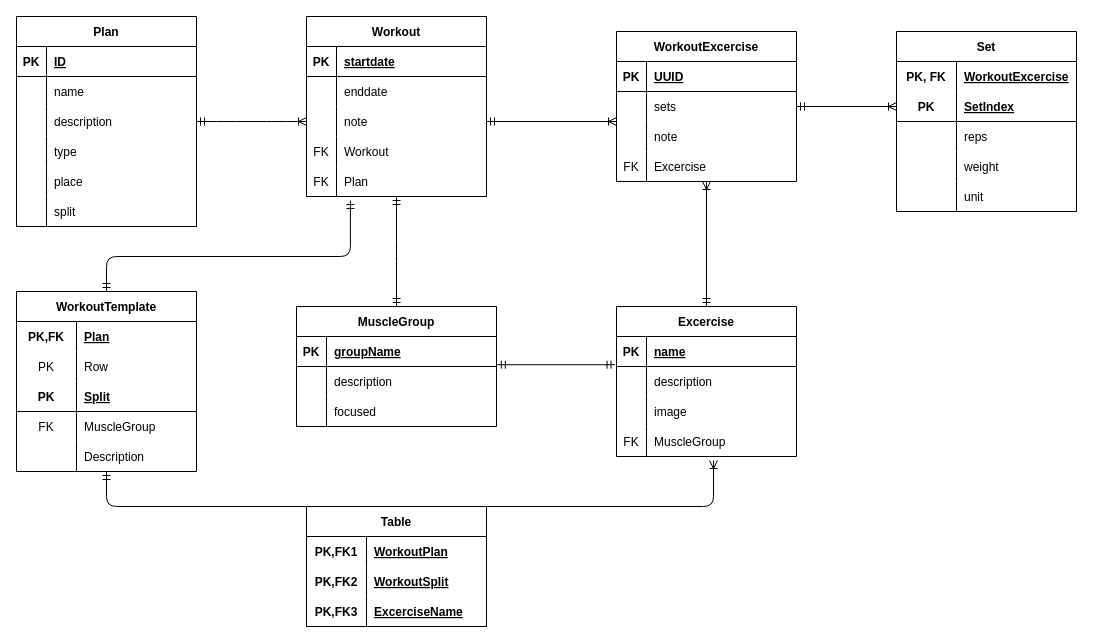
Above: documentation/erm.drawio in Patsch36/SweatFlix (draw.io), before the change. Source tidied: cells renumbered, new cells numbered last; positions are measured from the earlier drawing's top-left corner, leaving out a move shared by most shapes. Both pictures are drawn from the tidied source at 100%, with x=0, y=0 at pixel (16, 16).
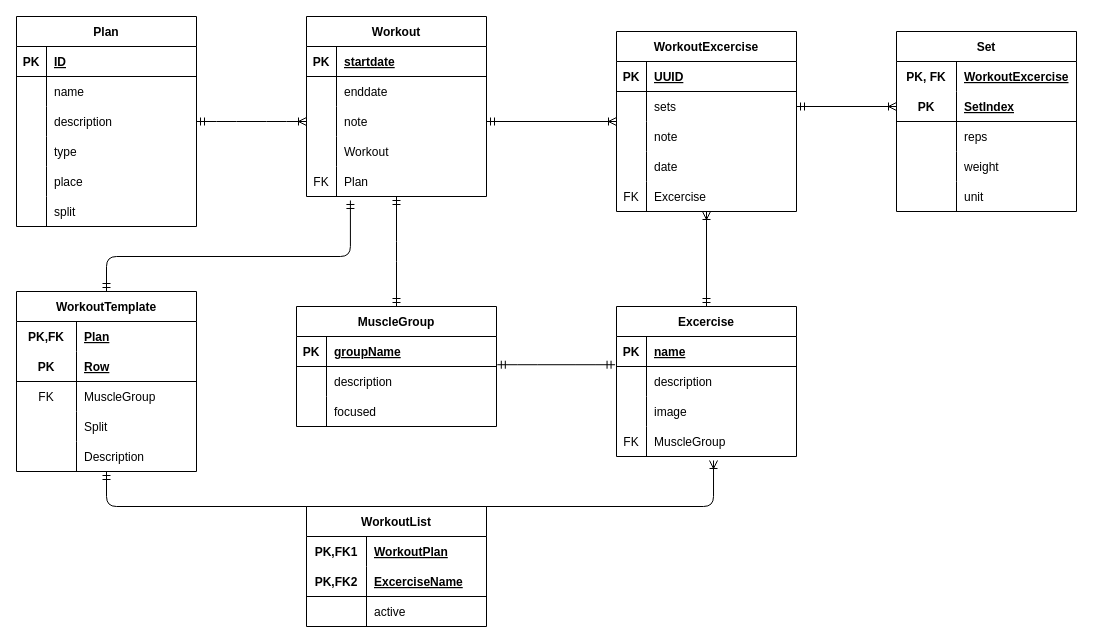
Above is the later version.

Commit message:
fix: workout-wrokoutExcercise relation

The change refers to these unchanged cells:
```xml
<mxCell id="33" style="shape=tableRow;horizontal=0;startSize=0;swimlaneHead=0;swimlaneBody=0;fillColor=none;top=0;left=0;right=0;bottom=0;" parent="23" vertex="1">
  <mxGeometry y="120" width="180" height="30" as="geometry" />
</mxCell>
<mxCell id="99" value="WorkoutTemplate" style="shape=table;startSize=30;childLayout=tableLayout;rowLines=0;fontStyle=1;align=center;" parent="1" vertex="1">
  <mxGeometry y="275" width="180" height="180" as="geometry" />
</mxCell>
```

Diff of the diagram source:
```diff
@@
-    <mxCell id="34" value="FK" style="shape=partialRectangle;fillColor=none;top=0;left=0;bottom=0;right=0;overflow=hidden;" parent="33" vertex="1">
+    <mxCell id="34" style="shape=partialRectangle;fillColor=none;top=0;left=0;bottom=0;right=0;overflow=hidden;" parent="33" vertex="1">
       <mxGeometry width="30" height="30" as="geometry" />
     </mxCell>
@@
     <mxCell id="66" value="WorkoutExcercise" style="shape=table;startSize=30;childLayout=tableLayout;rowLines=0;fontStyle=1;align=center;" parent="1" vertex="1">
-      <mxGeometry x="600" y="15" width="180" height="150" as="geometry" />
+      <mxGeometry x="600" y="15" width="180" height="180" as="geometry" />
     </mxCell>
@@
+    <mxCell id="125" style="shape=tableRow;horizontal=0;startSize=0;swimlaneHead=0;swimlaneBody=0;fillColor=none;top=0;left=0;right=0;bottom=0;" parent="66" vertex="1">
+      <mxGeometry y="120" width="180" height="30" as="geometry" />
+    </mxCell>
+    <mxCell id="126" style="shape=partialRectangle;fillColor=none;top=0;left=0;bottom=0;right=0;overflow=hidden;" parent="125" vertex="1">
+      <mxGeometry width="30" height="30" as="geometry" />
+    </mxCell>
+    <mxCell id="127" value="date" style="shape=partialRectangle;fillColor=none;top=0;left=0;bottom=0;right=0;align=left;spacingLeft=6;overflow=hidden;" parent="125" vertex="1">
+      <mxGeometry x="30" width="150" height="30" as="geometry" />
+    </mxCell>
     <mxCell id="76" style="shape=tableRow;horizontal=0;startSize=0;swimlaneHead=0;swimlaneBody=0;fillColor=none;top=0;left=0;right=0;bottom=0;" parent="66" vertex="1">
-      <mxGeometry y="120" width="180" height="30" as="geometry" />
+      <mxGeometry y="150" width="180" height="30" as="geometry" />
     </mxCell>
@@
-    <mxCell id="103" style="shape=tableRow;horizontal=0;startSize=0;swimlaneHead=0;swimlaneBody=0;fillColor=none;top=0;left=0;right=0;bottom=0;" parent="99" vertex="1">
-      <mxGeometry y="60" width="180" height="30" as="geometry" />
-    </mxCell>
-    <mxCell id="104" value="PK" style="shape=partialRectangle;fillColor=none;top=0;left=0;bottom=0;right=0;overflow=hidden;" parent="103" vertex="1">
-      <mxGeometry width="60" height="30" as="geometry" />
-    </mxCell>
-    <mxCell id="105" value="Row" style="shape=partialRectangle;fillColor=none;top=0;left=0;bottom=0;right=0;align=left;spacingLeft=6;overflow=hidden;" parent="103" vertex="1">
-      <mxGeometry x="60" width="120" height="30" as="geometry" />
-    </mxCell>
     <mxCell id="106" style="shape=tableRow;horizontal=0;startSize=0;swimlaneHead=0;swimlaneBody=0;fillColor=none;top=0;left=0;right=0;bottom=1;" parent="99" vertex="1">
-      <mxGeometry y="90" width="180" height="30" as="geometry" />
+      <mxGeometry y="60" width="180" height="30" as="geometry" />
     </mxCell>
@@
-    <mxCell id="108" value="Split" style="shape=partialRectangle;fillColor=none;top=0;left=0;bottom=0;right=0;align=left;spacingLeft=6;fontStyle=5;overflow=hidden;" parent="106" vertex="1">
+    <mxCell id="108" value="Row" style="shape=partialRectangle;fillColor=none;top=0;left=0;bottom=0;right=0;align=left;spacingLeft=6;fontStyle=5;overflow=hidden;" parent="106" vertex="1">
       <mxGeometry x="60" width="120" height="30" as="geometry" />
     </mxCell>
     <mxCell id="109" style="shape=tableRow;horizontal=0;startSize=0;swimlaneHead=0;swimlaneBody=0;fillColor=none;top=0;left=0;right=0;bottom=0;" parent="99" vertex="1">
-      <mxGeometry y="120" width="180" height="30" as="geometry" />
+      <mxGeometry y="90" width="180" height="30" as="geometry" />
     </mxCell>
@@
+    <mxCell id="128" style="shape=tableRow;horizontal=0;startSize=0;swimlaneHead=0;swimlaneBody=0;fillColor=none;top=0;left=0;right=0;bottom=0;" parent="99" vertex="1">
+      <mxGeometry y="120" width="180" height="30" as="geometry" />
+    </mxCell>
+    <mxCell id="129" style="shape=partialRectangle;fillColor=none;top=0;left=0;bottom=0;right=0;overflow=hidden;" parent="128" vertex="1">
+      <mxGeometry width="60" height="30" as="geometry" />
+    </mxCell>
+    <mxCell id="130" value="Split" style="shape=partialRectangle;fillColor=none;top=0;left=0;bottom=0;right=0;align=left;spacingLeft=6;overflow=hidden;" parent="128" vertex="1">
+      <mxGeometry x="60" width="120" height="30" as="geometry" />
+    </mxCell>
@@
-    <mxCell id="115" value="Table" style="shape=table;startSize=30;childLayout=tableLayout;rowLines=0;fontStyle=1;align=center;" parent="1" vertex="1">
+    <mxCell id="115" value="WorkoutList" style="shape=table;startSize=30;childLayout=tableLayout;rowLines=0;fontStyle=1;align=center;" parent="1" vertex="1">
       <mxGeometry x="290" y="490" width="180" height="120" as="geometry" />
     </mxCell>
@@
-    <mxCell id="119" style="shape=tableRow;horizontal=0;startSize=0;swimlaneHead=0;swimlaneBody=0;fillColor=none;top=0;left=0;right=0;bottom=0;" parent="115" vertex="1">
-      <mxGeometry y="60" width="180" height="30" as="geometry" />
-    </mxCell>
-    <mxCell id="120" value="PK,FK2" style="shape=partialRectangle;fillColor=none;top=0;left=0;bottom=0;right=0;overflow=hidden;fontStyle=1;" parent="119" vertex="1">
-      <mxGeometry width="60" height="30" as="geometry" />
-    </mxCell>
-    <mxCell id="121" value="WorkoutSplit" style="shape=partialRectangle;fillColor=none;top=0;left=0;bottom=0;right=0;align=left;spacingLeft=6;overflow=hidden;fontStyle=5;" parent="119" vertex="1">
-      <mxGeometry x="60" width="120" height="30" as="geometry" />
-    </mxCell>
     <mxCell id="122" style="shape=tableRow;horizontal=0;startSize=0;swimlaneHead=0;swimlaneBody=0;fillColor=none;top=0;left=0;right=0;bottom=1;" parent="115" vertex="1">
-      <mxGeometry y="90" width="180" height="30" as="geometry" />
+      <mxGeometry y="60" width="180" height="30" as="geometry" />
     </mxCell>
-    <mxCell id="123" value="PK,FK3" style="shape=partialRectangle;fillColor=none;top=0;left=0;bottom=0;right=0;fontStyle=1;overflow=hidden;" parent="122" vertex="1">
+    <mxCell id="123" value="PK,FK2" style="shape=partialRectangle;fillColor=none;top=0;left=0;bottom=0;right=0;fontStyle=1;overflow=hidden;" parent="122" vertex="1">
       <mxGeometry width="60" height="30" as="geometry" />
     </mxCell>
@@
+    <mxCell id="131" style="shape=tableRow;horizontal=0;startSize=0;swimlaneHead=0;swimlaneBody=0;fillColor=none;top=0;left=0;right=0;bottom=0;" parent="115" vertex="1">
+      <mxGeometry y="90" width="180" height="30" as="geometry" />
+    </mxCell>
+    <mxCell id="132" style="shape=partialRectangle;fillColor=none;top=0;left=0;bottom=0;right=0;overflow=hidden;" parent="131" vertex="1">
+      <mxGeometry width="60" height="30" as="geometry" />
+    </mxCell>
+    <mxCell id="133" value="active" style="shape=partialRectangle;fillColor=none;top=0;left=0;bottom=0;right=0;align=left;spacingLeft=6;overflow=hidden;" parent="131" vertex="1">
+      <mxGeometry x="60" width="120" height="30" as="geometry" />
+    </mxCell>
```
